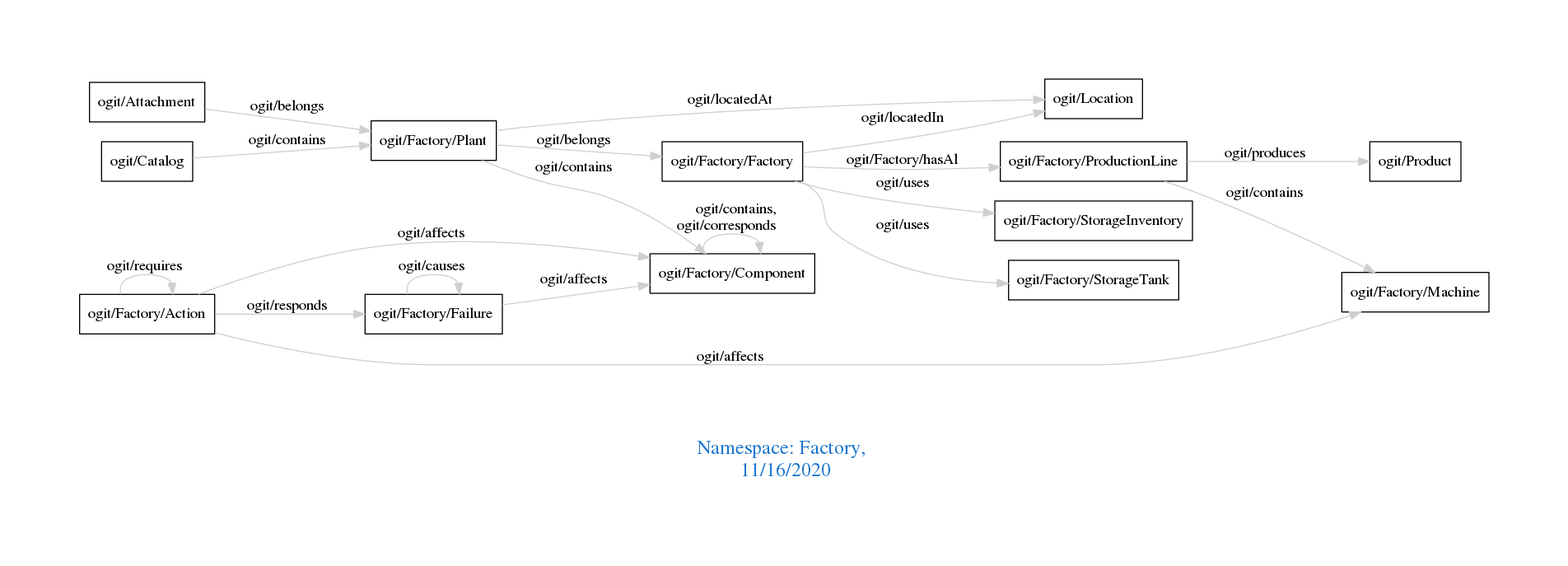
Above: downloads/Factory.png in arago/OGIT (Graphviz), before the change. Its source is kept beside it as downloads/Factory.dot.
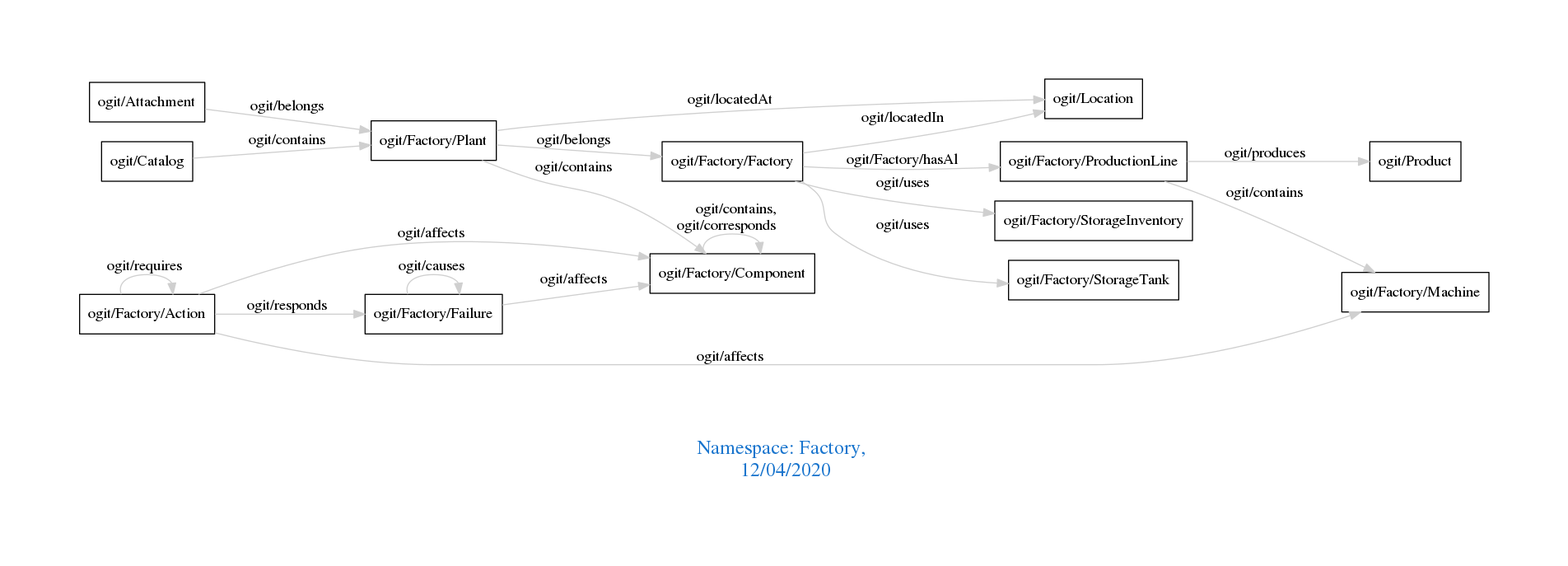
The same diagram one commit later.

What changed in the source:
```diff
@@ -1,7 +1,7 @@
 digraph OGIT_ontology {
  graph [ rankdir= LR,pad=1
 fontsize = 18,
-fontcolor= dodgerblue3,label = "\n\n\nNamespace: Factory, \n 11/16/2020"];
+fontcolor= dodgerblue3,label = "\n\n\nNamespace: Factory, \n 12/04/2020"];
 node[shape=polygon];
 edge [  color="gray81"];
 
```
